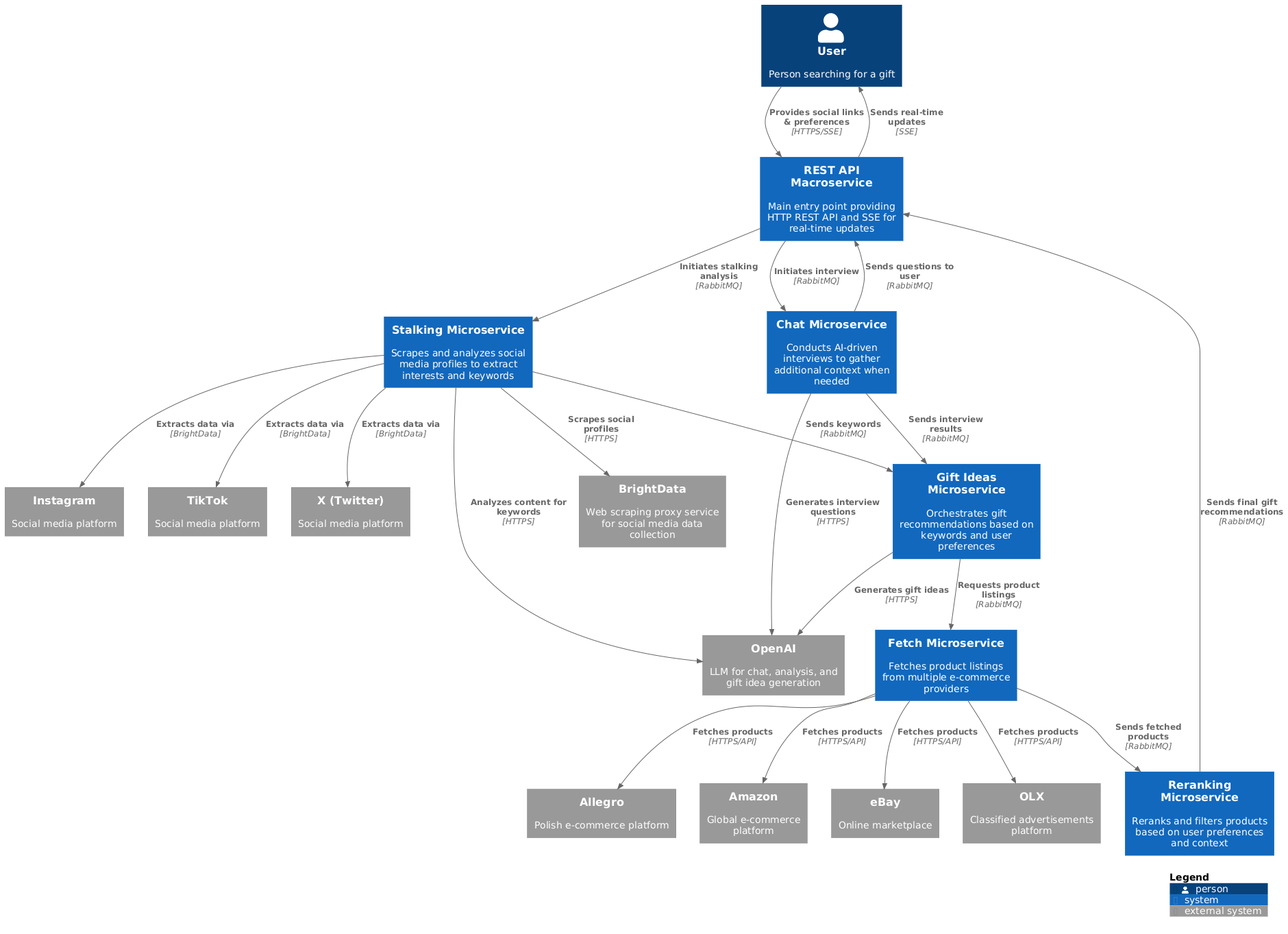
Generacja-Cuzi/ai-present-finder keeps this PlantUML diagram as docs/C4_v0.2.0/context.png. Above is the earlier version. Source of this version:
```plantuml
@startuml C4_Context_MVP
!include https://raw.githubusercontent.com/plantuml-stdlib/C4-PlantUML/master/C4_Context.puml

Person(user, "User", "Person searching for a gift")

System(system_rest_api, "REST API Macroservice", "Main entry point providing HTTP REST API and SSE for real-time updates")
System(system_gift_microservice, "Gift Ideas Microservice", "Orchestrates gift recommendations based on keywords and user preferences")
System(system_stalking_microservice, "Stalking Microservice", "Scrapes and analyzes social media profiles to extract interests and keywords")
System(system_chat_microservice, "Chat Microservice", "Conducts AI-driven interviews to gather additional context when needed")
System(system_fetch_microservice, "Fetch Microservice", "Fetches product listings from multiple e-commerce providers")
System(system_reranking_microservice, "Reranking Microservice", "Reranks and filters products based on user preferences and context")

System_Ext(allegro, "Allegro", "Polish e-commerce platform")
System_Ext(amazon, "Amazon", "Global e-commerce platform")
System_Ext(ebay, "eBay", "Online marketplace")
System_Ext(olx, "OLX", "Classified advertisements platform")

System_Ext(openai_llm, "OpenAI", "LLM for chat, analysis, and gift idea generation")
System_Ext(brightdata, "BrightData", "Web scraping proxy service for social media data collection")
System_Ext(instagram_ext, "Instagram", "Social media platform")
System_Ext(tiktok_ext, "TikTok", "Social media platform")
System_Ext(x_ext, "X (Twitter)", "Social media platform")

Rel(user, system_rest_api, "Provides social links & preferences", "HTTPS/SSE")
Rel(system_rest_api, system_stalking_microservice, "Initiates stalking analysis", "RabbitMQ")
Rel(system_rest_api, system_chat_microservice, "Initiates interview", "RabbitMQ")
Rel(system_rest_api, user, "Sends real-time updates", "SSE")

Rel(system_stalking_microservice, brightdata, "Scrapes social profiles", "HTTPS")
Rel(system_stalking_microservice, instagram_ext, "Extracts data via", "BrightData")
Rel(system_stalking_microservice, tiktok_ext, "Extracts data via", "BrightData")
Rel(system_stalking_microservice, x_ext, "Extracts data via", "BrightData")
Rel(system_stalking_microservice, openai_llm, "Analyzes content for keywords", "HTTPS")
Rel(system_stalking_microservice, system_gift_microservice, "Sends keywords", "RabbitMQ")

Rel(system_chat_microservice, openai_llm, "Generates interview questions", "HTTPS")
Rel(system_chat_microservice, system_rest_api, "Sends questions to user", "RabbitMQ")
Rel(system_chat_microservice, system_gift_microservice, "Sends interview results", "RabbitMQ")

Rel(system_gift_microservice, openai_llm, "Generates gift ideas", "HTTPS")
Rel(system_gift_microservice, system_fetch_microservice, "Requests product listings", "RabbitMQ")

Rel(system_fetch_microservice, allegro, "Fetches products", "HTTPS/API")
Rel(system_fetch_microservice, amazon, "Fetches products", "HTTPS/API")
Rel(system_fetch_microservice, ebay, "Fetches products", "HTTPS/API")
Rel(system_fetch_microservice, olx, "Fetches products", "HTTPS/API")
Rel(system_fetch_microservice, system_reranking_microservice, "Sends fetched products", "RabbitMQ")

Rel(system_reranking_microservice, system_rest_api, "Sends final gift recommendations", "RabbitMQ")

SHOW_LEGEND()
@enduml
```
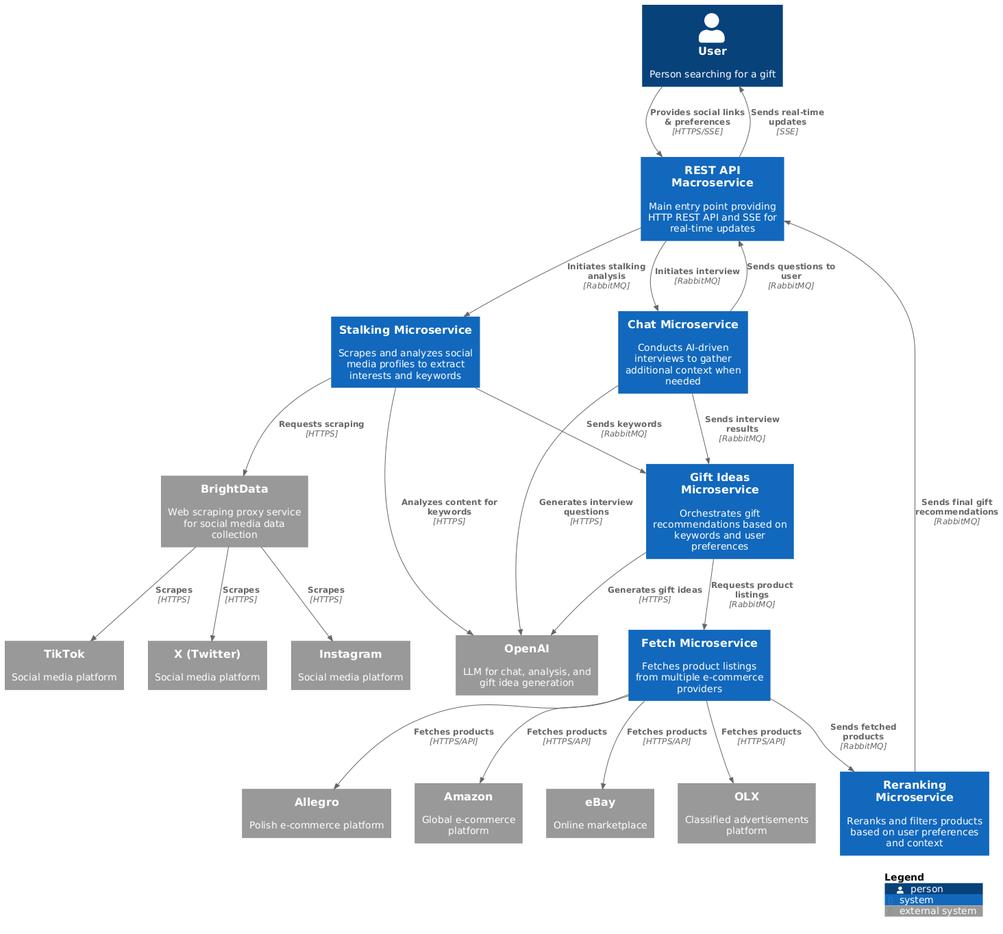
The same diagram one commit later.

Commit message:
fix: correct BrightData flow in context diagram and event routing in REST API component

Diff of the diagram source:
```diff
@@ -26,10 +26,10 @@
 Rel(system_rest_api, system_chat_microservice, "Initiates interview", "RabbitMQ")
 Rel(system_rest_api, user, "Sends real-time updates", "SSE")
 
-Rel(system_stalking_microservice, brightdata, "Scrapes social profiles", "HTTPS")
-Rel(system_stalking_microservice, instagram_ext, "Extracts data via", "BrightData")
-Rel(system_stalking_microservice, tiktok_ext, "Extracts data via", "BrightData")
-Rel(system_stalking_microservice, x_ext, "Extracts data via", "BrightData")
+Rel(system_stalking_microservice, brightdata, "Requests scraping", "HTTPS")
+Rel(brightdata, instagram_ext, "Scrapes", "HTTPS")
+Rel(brightdata, tiktok_ext, "Scrapes", "HTTPS")
+Rel(brightdata, x_ext, "Scrapes", "HTTPS")
 Rel(system_stalking_microservice, openai_llm, "Analyzes content for keywords", "HTTPS")
 Rel(system_stalking_microservice, system_gift_microservice, "Sends keywords", "RabbitMQ")
 
```
